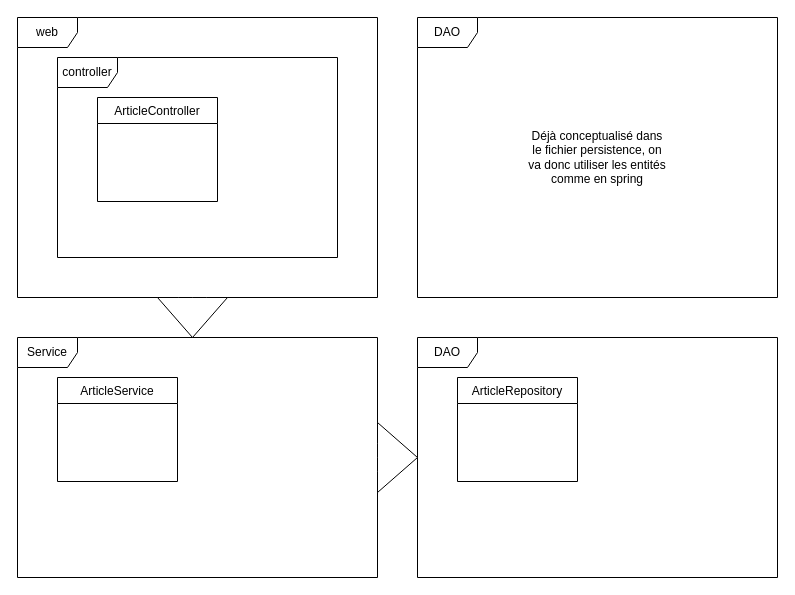
Before: doc/conception/back_spring.drawio in Reynault/Auction-JEE, a draw.io diagram. Source tidied: cells renumbered, new cells numbered last; positions are measured from the earlier drawing's top-left corner, leaving out a move shared by most shapes. Both pictures are drawn from the tidied source at 100%, with x=0, y=0 at pixel (17, 17).
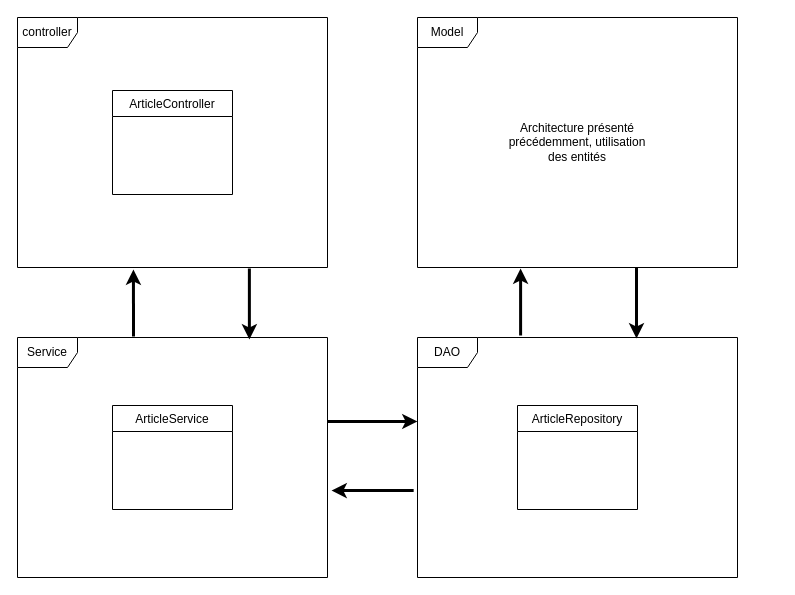
Above is the later version.

Diff of the diagram source:
```diff
@@
 <mxGraphModel>
   <root>
     <mxCell id="0" />
     <mxCell id="1" parent="0" />
-    <mxCell id="2" value="web" style="shape=umlFrame;whiteSpace=wrap;html=1;" parent="1" vertex="1">
-      <mxGeometry width="360" height="280" as="geometry" />
-    </mxCell>
     <mxCell id="3" value="controller" style="shape=umlFrame;whiteSpace=wrap;html=1;" parent="1" vertex="1">
-      <mxGeometry x="40" y="40" width="280" height="200" as="geometry" />
+      <mxGeometry width="310" height="250" as="geometry" />
     </mxCell>
     <mxCell id="4" value="Service" style="shape=umlFrame;whiteSpace=wrap;html=1;" parent="1" vertex="1">
-      <mxGeometry y="320" width="360" height="240" as="geometry" />
+      <mxGeometry y="320" width="310" height="240" as="geometry" />
     </mxCell>
     <mxCell id="5" value="DAO" style="shape=umlFrame;whiteSpace=wrap;html=1;" parent="1" vertex="1">
-      <mxGeometry x="400" y="320" width="360" height="240" as="geometry" />
+      <mxGeometry x="400" y="320" width="320" height="240" as="geometry" />
     </mxCell>
     <mxCell id="6" value="ArticleRepository" style="swimlane;fontStyle=0;horizontal=1;startSize=26;fillColor=none;" parent="1" vertex="1">
-      <mxGeometry x="440" y="360" width="120" height="104" as="geometry" />
+      <mxGeometry x="500" y="388" width="120" height="104" as="geometry" />
     </mxCell>
-    <mxCell id="7" style="html=1;shadow=0;dashed=0;align=center;verticalAlign=middle;shape=mxgraph.arrows2.arrow;dy=0.6;dx=40;direction=south;notch=0;" parent="1" vertex="1">
-      <mxGeometry x="140" y="280" width="70" height="40" as="geometry" />
-    </mxCell>
-    <mxCell id="8" style="html=1;shadow=0;dashed=0;align=center;verticalAlign=middle;shape=mxgraph.arrows2.arrow;dy=0.6;dx=40;notch=0;" parent="1" vertex="1">
-      <mxGeometry x="360" y="405" width="40" height="70" as="geometry" />
-    </mxCell>
     <mxCell id="9" value="ArticleService" style="swimlane;fontStyle=0;horizontal=1;startSize=26;fillColor=none;" parent="1" vertex="1">
-      <mxGeometry x="40" y="360" width="120" height="104" as="geometry" />
+      <mxGeometry x="95" y="388" width="120" height="104" as="geometry" />
     </mxCell>
     <mxCell id="10" value="ArticleController" style="swimlane;fontStyle=0;horizontal=1;startSize=26;fillColor=none;" parent="1" vertex="1">
-      <mxGeometry x="80" y="80" width="120" height="104" as="geometry" />
+      <mxGeometry x="95" y="73" width="120" height="104" as="geometry" />
     </mxCell>
-    <mxCell id="11" value="DAO" style="shape=umlFrame;whiteSpace=wrap;html=1;" parent="1" vertex="1">
-      <mxGeometry x="400" width="360" height="280" as="geometry" />
+    <mxCell id="11" value="Model" style="shape=umlFrame;whiteSpace=wrap;html=1;" parent="1" vertex="1">
+      <mxGeometry x="400" width="320" height="250" as="geometry" />
     </mxCell>
-    <mxCell id="12" value="Déjà conceptualisé dans le fichier persistence, on va donc utiliser les entités comme en spring" style="text;html=1;strokeColor=none;fillColor=none;align=center;verticalAlign=middle;whiteSpace=wrap;rounded=0;" parent="1" vertex="1">
-      <mxGeometry x="510" y="106" width="140" height="68" as="geometry" />
+    <mxCell id="12" value="Architecture présenté&lt;br&gt;précédemment, utilisation des entités" style="text;html=1;strokeColor=none;fillColor=none;align=center;verticalAlign=middle;whiteSpace=wrap;rounded=0;" parent="1" vertex="1">
+      <mxGeometry x="490" y="91" width="140" height="68" as="geometry" />
     </mxCell>
+    <mxCell id="13" style="endArrow=classic;html=1;fontSize=9;exitX=1;exitY=0.35;exitDx=0;exitDy=0;exitPerimeter=0;strokeWidth=3;" parent="1" edge="1" source="4">
+      <mxGeometry relative="1" as="geometry">
+        <mxPoint x="400" y="404" as="targetPoint" />
+      </mxGeometry>
+    </mxCell>
+    <mxCell id="14" style="endArrow=classic;html=1;fontSize=9;entryX=0.748;entryY=0.008;entryDx=0;entryDy=0;entryPerimeter=0;strokeWidth=3;exitX=0.748;exitY=1.004;exitDx=0;exitDy=0;exitPerimeter=0;" parent="1" edge="1" source="3" target="4">
+      <mxGeometry relative="1" as="geometry" />
+    </mxCell>
+    <mxCell id="15" style="endArrow=classic;html=1;fontSize=9;exitX=-0.012;exitY=0.638;exitDx=0;exitDy=0;exitPerimeter=0;strokeWidth=3;entryX=1.013;entryY=0.638;entryDx=0;entryDy=0;entryPerimeter=0;" parent="1" edge="1" source="5" target="4">
+      <mxGeometry relative="1" as="geometry" />
+    </mxCell>
+    <mxCell id="16" style="endArrow=classic;html=1;fontSize=9;entryX=0.374;entryY=1.008;entryDx=0;entryDy=0;entryPerimeter=0;strokeWidth=3;" parent="1" edge="1" target="3">
+      <mxGeometry relative="1" as="geometry">
+        <mxPoint x="116" y="319" as="sourcePoint" />
+      </mxGeometry>
+    </mxCell>
+    <mxCell id="17" style="endArrow=classic;html=1;fontSize=9;entryX=0.748;entryY=0.008;entryDx=0;entryDy=0;entryPerimeter=0;strokeWidth=3;exitX=0.748;exitY=1.004;exitDx=0;exitDy=0;exitPerimeter=0;" parent="1" edge="1">
+      <mxGeometry relative="1" as="geometry">
+        <mxPoint x="619" y="250" as="sourcePoint" />
+        <mxPoint x="619" y="320.9" as="targetPoint" />
+      </mxGeometry>
+    </mxCell>
+    <mxCell id="18" style="endArrow=classic;html=1;fontSize=9;entryX=0.374;entryY=1.008;entryDx=0;entryDy=0;entryPerimeter=0;strokeWidth=3;" parent="1" edge="1">
+      <mxGeometry relative="1" as="geometry">
+        <mxPoint x="503.1" y="318" as="sourcePoint" />
+        <mxPoint x="503.1" y="251" as="targetPoint" />
+      </mxGeometry>
+    </mxCell>
   </root>
 </mxGraphModel>
```
